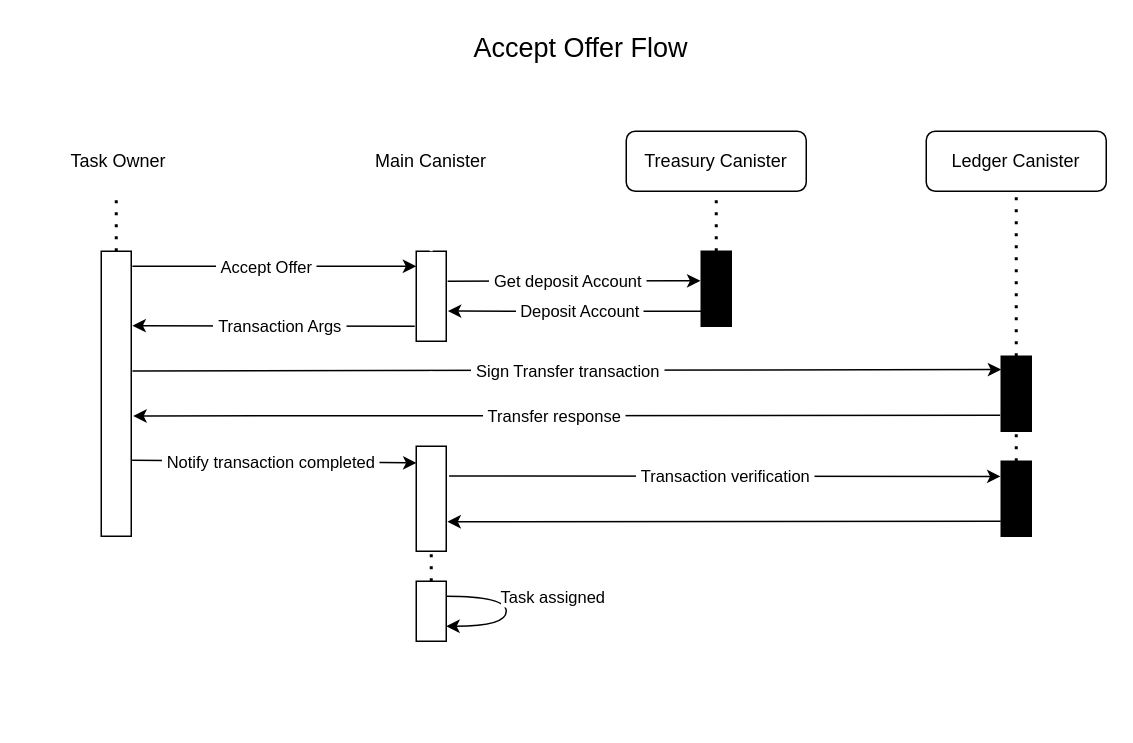
Earlier version of the draw.io diagram page "Accept Offer" (1 of 3) of diagrams/sequence_diagram.drawio (ArielRobotti/micro_tareas). Source tidied: cells renumbered, new cells numbered last; positions are measured from the earlier drawing's top-left corner, leaving out a move shared by most shapes. Both pictures are drawn from the tidied source at 150%, with x=0, y=0 at pixel (26, 26).
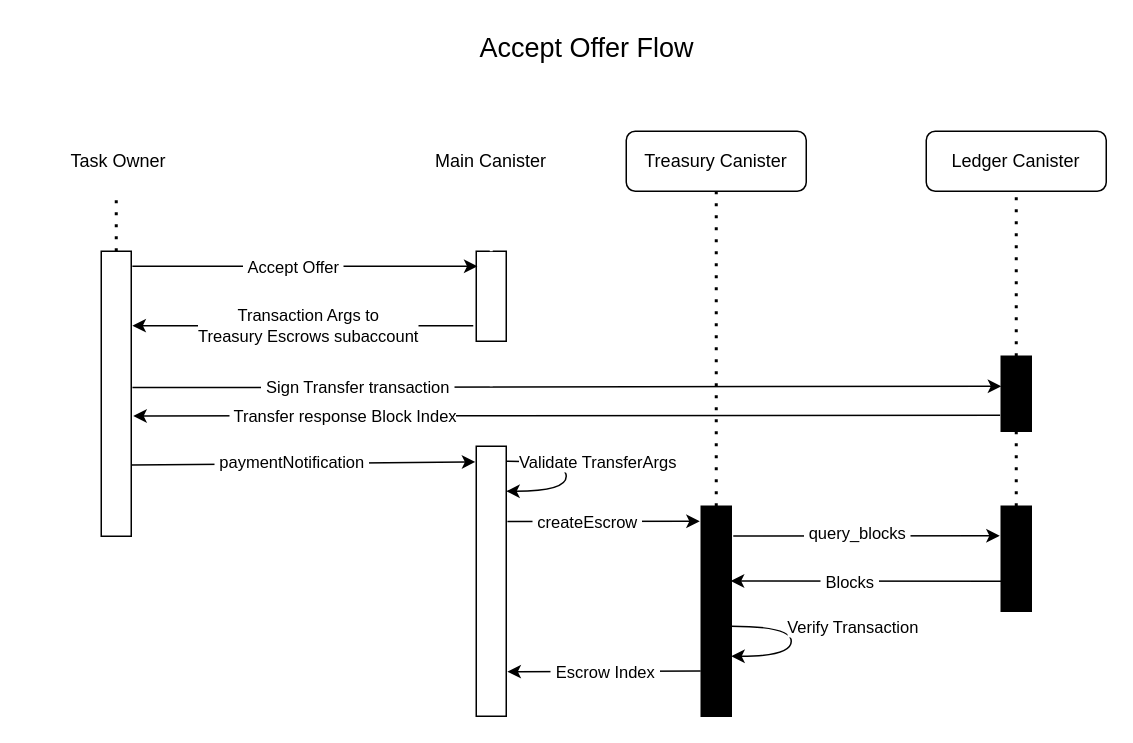
The same page after the edit.

Unchanged cells that the change refers to:
```xml
<mxCell id="2" value="Treasury Canister" style="rounded=1;whiteSpace=wrap;html=1;strokeColor=light-dark(#000000,#C7A52B);" parent="1" vertex="1">
  <mxGeometry x="400" y="70" width="120" height="40" as="geometry" />
</mxCell>
<mxCell id="4" value="&amp;nbsp;Task Owner" style="rounded=1;whiteSpace=wrap;html=1;strokeColor=light-dark(#FFFFFF,#1641FF);" parent="1" vertex="1">
  <mxGeometry y="70" width="120" height="40" as="geometry" />
</mxCell>
<mxCell id="5" value="Ledger Canister" style="rounded=1;whiteSpace=wrap;html=1;strokeColor=light-dark(#000000,#4D9900);" parent="1" vertex="1">
  <mxGeometry x="600" y="70" width="120" height="40" as="geometry" />
</mxCell>
```

What changed in the source:
```diff
@@
     <mxCell id="3" value="Main Canister" style="rounded=1;whiteSpace=wrap;html=1;strokeColor=light-dark(#FFFFFF,#00FF00);" parent="1" vertex="1">
-      <mxGeometry x="210" y="70" width="120" height="40" as="geometry" />
+      <mxGeometry x="250" y="70" width="120" height="40" as="geometry" />
     </mxCell>
@@
-    <mxCell id="6" style="rounded=0;whiteSpace=wrap;html=1;fillColor=light-dark(#FFFFFF,#1641FF);" parent="1" vertex="1">
-      <mxGeometry x="50" y="150" width="20" height="190" as="geometry" />
-    </mxCell>
-    <mxCell id="7" style="rounded=0;whiteSpace=wrap;html=1;fillColor=light-dark(#FFFFFF,#00FF00);" parent="1" vertex="1">
-      <mxGeometry x="260" y="150" width="20" height="60" as="geometry" />
-    </mxCell>
-    <mxCell id="8" style="endArrow=classic;html=1;rounded=0;exitX=1.038;exitY=0.053;exitDx=0;exitDy=0;exitPerimeter=0;" parent="1" edge="1" source="6">
-      <mxGeometry relative="1" as="geometry">
-        <mxPoint x="260" y="160" as="targetPoint" />
-      </mxGeometry>
-    </mxCell>
+    <mxCell id="40" style="rounded=0;whiteSpace=wrap;html=1;fillColor=light-dark(#FFFFFF,#1641FF);" parent="1" vertex="1">
+      <mxGeometry x="50" y="150" width="20" height="190" as="geometry" />
+    </mxCell>
+    <mxCell id="41" style="rounded=0;whiteSpace=wrap;html=1;fillColor=light-dark(#FFFFFF,#00FF00);" parent="1" vertex="1">
+      <mxGeometry x="300" y="150" width="20" height="60" as="geometry" />
+    </mxCell>
+    <mxCell id="42" style="endArrow=classic;html=1;rounded=0;exitX=1.038;exitY=0.053;exitDx=0;exitDy=0;exitPerimeter=0;entryX=0.04;entryY=0.167;entryDx=0;entryDy=0;entryPerimeter=0;" parent="1" edge="1" source="40" target="41">
+      <mxGeometry relative="1" as="geometry" />
+    </mxCell>
-    <mxCell id="9" value="&amp;nbsp;Accept Offer&amp;nbsp;" style="edgeLabel;html=1;align=center;verticalAlign=middle;" parent="8" vertex="1">
+    <mxCell id="9" value="&amp;nbsp;Accept Offer&amp;nbsp;" style="edgeLabel;html=1;align=center;verticalAlign=middle;" parent="42" vertex="1">
       <mxGeometry x="-0.16" y="-3" relative="1" as="geometry">
         <mxPoint x="10" y="-3" as="offset" />
       </mxGeometry>
     </mxCell>
-    <mxCell id="10" style="endArrow=none;dashed=1;html=1;dashPattern=1 3;strokeWidth=2;rounded=0;entryX=0.5;entryY=1;entryDx=0;entryDy=0;exitX=0.5;exitY=0;exitDx=0;exitDy=0;strokeColor=light-dark(#FFFFFF,#00FF00);" parent="1" edge="1" source="7" target="3">
-      <mxGeometry relative="1" as="geometry" />
-    </mxCell>
-    <mxCell id="11" style="endArrow=none;dashed=1;html=1;dashPattern=1 3;strokeWidth=2;rounded=0;entryX=0.5;entryY=1;entryDx=0;entryDy=0;exitX=0.5;exitY=0;exitDx=0;exitDy=0;" parent="1" edge="1" source="6" target="4">
-      <mxGeometry relative="1" as="geometry" />
-    </mxCell>
-    <mxCell id="12" style="endArrow=none;dashed=1;html=1;dashPattern=1 3;strokeWidth=2;rounded=0;entryX=0.5;entryY=1;entryDx=0;entryDy=0;exitX=0.5;exitY=0;exitDx=0;exitDy=0;strokeColor=light-dark(#000000,#C7A52B);" parent="1" edge="1" source="13" target="2">
-      <mxGeometry relative="1" as="geometry" />
-    </mxCell>
-    <mxCell id="13" style="rounded=0;whiteSpace=wrap;html=1;strokeColor=light-dark(#000000,#C7A52B);fillColor=light-dark(#000000,#C7A52B);" parent="1" vertex="1">
-      <mxGeometry x="450" y="150" width="20" height="50" as="geometry" />
-    </mxCell>
-    <mxCell id="14" style="endArrow=classic;html=1;rounded=0;entryX=1.038;entryY=0.261;entryDx=0;entryDy=0;entryPerimeter=0;" parent="1" edge="1" target="6">
-      <mxGeometry relative="1" as="geometry">
-        <mxPoint x="259" y="200" as="sourcePoint" />
-      </mxGeometry>
-    </mxCell>
-    <mxCell id="15" value="&amp;nbsp;Transaction Args&amp;nbsp;" style="edgeLabel;html=1;align=center;verticalAlign=middle;" parent="14" vertex="1">
-      <mxGeometry x="0.06" y="1" relative="1" as="geometry">
-        <mxPoint x="10" y="-1" as="offset" />
-      </mxGeometry>
-    </mxCell>
-    <mxCell id="16" style="endArrow=classic;html=1;rounded=0;exitX=1.046;exitY=0.332;exitDx=0;exitDy=0;exitPerimeter=0;entryX=-0.026;entryY=0.394;entryDx=0;entryDy=0;entryPerimeter=0;" parent="1" edge="1" source="7" target="13">
-      <mxGeometry relative="1" as="geometry" />
-    </mxCell>
-    <mxCell id="17" value="&amp;nbsp;Get deposit Account&amp;nbsp;" style="edgeLabel;html=1;align=center;verticalAlign=middle;" parent="16" vertex="1">
-      <mxGeometry x="-0.05" relative="1" as="geometry" />
-    </mxCell>
-    <mxCell id="18" style="endArrow=classic;html=1;rounded=0;exitX=-0.006;exitY=0.8;exitDx=0;exitDy=0;entryX=1.052;entryY=0.665;entryDx=0;entryDy=0;entryPerimeter=0;exitPerimeter=0;" parent="1" edge="1" source="13" target="7">
-      <mxGeometry relative="1" as="geometry" />
-    </mxCell>
-    <mxCell id="19" value="&amp;nbsp;Deposit Account&amp;nbsp;" style="edgeLabel;html=1;align=center;verticalAlign=middle;" parent="18" vertex="1">
-      <mxGeometry x="-0.04" relative="1" as="geometry" />
-    </mxCell>
-    <mxCell id="20" style="endArrow=classic;html=1;rounded=0;exitX=1.04;exitY=0.42;exitDx=0;exitDy=0;exitPerimeter=0;entryX=0;entryY=0.178;entryDx=0;entryDy=0;entryPerimeter=0;" parent="1" edge="1" source="6" target="22">
-      <mxGeometry relative="1" as="geometry" />
-    </mxCell>
+    <mxCell id="43" style="endArrow=none;dashed=1;html=1;dashPattern=1 3;strokeWidth=2;rounded=0;entryX=0.5;entryY=1;entryDx=0;entryDy=0;exitX=0.5;exitY=0;exitDx=0;exitDy=0;strokeColor=light-dark(#FFFFFF,#00FF00);" parent="1" edge="1" source="41" target="3">
+      <mxGeometry relative="1" as="geometry" />
+    </mxCell>
+    <mxCell id="44" style="endArrow=none;dashed=1;html=1;dashPattern=1 3;strokeWidth=2;rounded=0;entryX=0.5;entryY=1;entryDx=0;entryDy=0;exitX=0.5;exitY=0;exitDx=0;exitDy=0;" parent="1" edge="1" source="40" target="4">
+      <mxGeometry relative="1" as="geometry" />
+    </mxCell>
+    <mxCell id="45" style="endArrow=none;dashed=1;html=1;dashPattern=1 3;strokeWidth=2;rounded=0;entryX=0.5;entryY=1;entryDx=0;entryDy=0;exitX=0.5;exitY=0;exitDx=0;exitDy=0;strokeColor=light-dark(#000000,#C7A52B);" parent="1" edge="1" source="46" target="2">
+      <mxGeometry relative="1" as="geometry" />
+    </mxCell>
+    <mxCell id="46" style="rounded=0;whiteSpace=wrap;html=1;strokeColor=light-dark(#000000,#C7A52B);fillColor=light-dark(#000000,#C7A52B);" parent="1" vertex="1">
+      <mxGeometry x="450" y="320" width="20" height="140" as="geometry" />
+    </mxCell>
+    <mxCell id="47" style="endArrow=classic;html=1;rounded=0;entryX=1.038;entryY=0.261;entryDx=0;entryDy=0;entryPerimeter=0;exitX=-0.1;exitY=0.827;exitDx=0;exitDy=0;exitPerimeter=0;" parent="1" edge="1" source="41" target="40">
+      <mxGeometry relative="1" as="geometry" />
+    </mxCell>
+    <mxCell id="48" value="&amp;nbsp;Transaction Args&amp;nbsp;&lt;span style=&quot;background-color: light-dark(#ffffff, var(--ge-dark-color, #121212));&quot;&gt;to&amp;nbsp;&lt;/span&gt;&lt;div&gt;&lt;span style=&quot;background-color: light-dark(#ffffff, var(--ge-dark-color, #121212));&quot;&gt;Treasury Escrows subaccount&lt;/span&gt;&lt;/div&gt;" style="edgeLabel;html=1;align=center;verticalAlign=middle;" parent="47" vertex="1">
+      <mxGeometry x="0.06" y="1" relative="1" as="geometry">
+        <mxPoint x="10" y="-1" as="offset" />
+      </mxGeometry>
+    </mxCell>
+    <mxCell id="49" style="endArrow=classic;html=1;rounded=0;exitX=1.04;exitY=0.42;exitDx=0;exitDy=0;exitPerimeter=0;entryX=0;entryY=0.178;entryDx=0;entryDy=0;entryPerimeter=0;" parent="1" edge="1">
+      <mxGeometry relative="1" as="geometry">
+        <mxPoint x="70.8" y="240.9" as="sourcePoint" />
+        <mxPoint x="650" y="240" as="targetPoint" />
+      </mxGeometry>
+    </mxCell>
-    <mxCell id="21" value="&amp;nbsp;Sign Transfer transaction&amp;nbsp;" style="edgeLabel;html=1;align=center;verticalAlign=middle;" parent="20" vertex="1">
+    <mxCell id="21" value="&amp;nbsp;Sign Transfer transaction&amp;nbsp;" style="edgeLabel;html=1;align=center;verticalAlign=middle;" parent="49" vertex="1">
       <mxGeometry y="-1" relative="1" as="geometry">
-        <mxPoint y="-1" as="offset" />
+        <mxPoint x="-140" y="-1" as="offset" />
       </mxGeometry>
     </mxCell>
-    <mxCell id="22" style="rounded=0;whiteSpace=wrap;html=1;strokeColor=light-dark(#000000,#4D9900);fillColor=light-dark(#000000,#4D9900);" parent="1" vertex="1">
-      <mxGeometry x="650" y="220" width="20" height="50" as="geometry" />
-    </mxCell>
-    <mxCell id="23" style="endArrow=none;dashed=1;html=1;dashPattern=1 3;strokeWidth=2;rounded=0;entryX=0.5;entryY=1;entryDx=0;entryDy=0;exitX=0.5;exitY=0;exitDx=0;exitDy=0;strokeColor=light-dark(#000000,#4D9900);" parent="1" edge="1" source="22" target="5">
-      <mxGeometry relative="1" as="geometry" />
-    </mxCell>
-    <mxCell id="24" style="endArrow=none;dashed=1;html=1;dashPattern=1 3;strokeWidth=2;rounded=0;entryX=0.5;entryY=1;entryDx=0;entryDy=0;exitX=0.5;exitY=0;exitDx=0;exitDy=0;fillColor=light-dark(#FFFFFF,#14FF3F);strokeColor=light-dark(#FFFFFF,#00FF00);" parent="1" edge="1" source="27" target="7">
-      <mxGeometry relative="1" as="geometry" />
-    </mxCell>
-    <mxCell id="25" style="endArrow=classic;html=1;rounded=0;exitX=-0.038;exitY=0.786;exitDx=0;exitDy=0;entryX=1.067;entryY=0.578;entryDx=0;entryDy=0;entryPerimeter=0;exitPerimeter=0;" parent="1" edge="1" source="22" target="6">
-      <mxGeometry relative="1" as="geometry" />
-    </mxCell>
-    <mxCell id="26" value="&amp;nbsp;Transfer response&amp;nbsp;" style="edgeLabel;html=1;align=center;verticalAlign=middle;" parent="25" vertex="1">
-      <mxGeometry x="0.03" y="1" relative="1" as="geometry">
-        <mxPoint y="-1" as="offset" />
-      </mxGeometry>
-    </mxCell>
-    <mxCell id="27" style="rounded=0;whiteSpace=wrap;html=1;fillColor=light-dark(#FFFFFF,#00FF00);" parent="1" vertex="1">
-      <mxGeometry x="260" y="280" width="20" height="70" as="geometry" />
-    </mxCell>
-    <mxCell id="28" style="endArrow=classic;html=1;rounded=0;exitX=1.029;exitY=0.733;exitDx=0;exitDy=0;exitPerimeter=0;entryX=0.01;entryY=0.159;entryDx=0;entryDy=0;entryPerimeter=0;" parent="1" edge="1" source="6" target="27">
-      <mxGeometry relative="1" as="geometry" />
-    </mxCell>
-    <mxCell id="29" value="&amp;nbsp;Notify transaction completed&amp;nbsp;" style="edgeLabel;html=1;align=center;verticalAlign=middle;" parent="28" vertex="1">
-      <mxGeometry x="-0.03" relative="1" as="geometry" />
-    </mxCell>
-    <mxCell id="30" style="rounded=0;whiteSpace=wrap;html=1;strokeColor=light-dark(#000000,#4D9900);fillColor=light-dark(#000000,#4D9900);" parent="1" vertex="1">
-      <mxGeometry x="650" y="290" width="20" height="50" as="geometry" />
-    </mxCell>
-    <mxCell id="31" style="endArrow=classic;html=1;rounded=0;exitX=1.096;exitY=0.284;exitDx=0;exitDy=0;entryX=-0.024;entryY=0.202;entryDx=0;entryDy=0;exitPerimeter=0;entryPerimeter=0;" parent="1" edge="1" source="27" target="30">
-      <mxGeometry relative="1" as="geometry" />
-    </mxCell>
-    <mxCell id="32" value="&amp;nbsp;Transaction verification&amp;nbsp;" style="edgeLabel;html=1;align=center;verticalAlign=middle;" parent="31" vertex="1">
-      <mxGeometry relative="1" as="geometry" />
-    </mxCell>
-    <mxCell id="33" style="endArrow=classic;html=1;rounded=0;entryX=1.038;entryY=0.719;entryDx=0;entryDy=0;exitX=-0.016;exitY=0.799;exitDx=0;exitDy=0;entryPerimeter=0;exitPerimeter=0;" parent="1" edge="1" source="30" target="27">
-      <mxGeometry relative="1" as="geometry" />
-    </mxCell>
-    <mxCell id="34" style="endArrow=none;dashed=1;html=1;dashPattern=1 3;strokeWidth=2;rounded=0;entryX=0.5;entryY=1;entryDx=0;entryDy=0;exitX=0.5;exitY=0;exitDx=0;exitDy=0;strokeColor=light-dark(#000000,#4D9900);" parent="1" edge="1" source="30" target="22">
-      <mxGeometry relative="1" as="geometry" />
-    </mxCell>
+    <mxCell id="50" style="rounded=0;whiteSpace=wrap;html=1;strokeColor=light-dark(#000000,#4D9900);fillColor=light-dark(#000000,#4D9900);" parent="1" vertex="1">
+      <mxGeometry x="650" y="220" width="20" height="50" as="geometry" />
+    </mxCell>
+    <mxCell id="51" style="endArrow=none;dashed=1;html=1;dashPattern=1 3;strokeWidth=2;rounded=0;entryX=0.5;entryY=1;entryDx=0;entryDy=0;exitX=0.5;exitY=0;exitDx=0;exitDy=0;strokeColor=light-dark(#000000,#4D9900);" parent="1" edge="1" source="50" target="5">
+      <mxGeometry relative="1" as="geometry" />
+    </mxCell>
+    <mxCell id="52" style="endArrow=none;dashed=1;html=1;dashPattern=1 3;strokeWidth=2;rounded=0;entryX=0.5;entryY=1;entryDx=0;entryDy=0;fillColor=light-dark(#FFFFFF,#14FF3F);strokeColor=light-dark(#FFFFFF,#00FF00);exitX=0.5;exitY=0;exitDx=0;exitDy=0;" parent="1" edge="1" source="56" target="41">
+      <mxGeometry relative="1" as="geometry" />
+    </mxCell>
+    <mxCell id="53" style="endArrow=classic;html=1;rounded=0;exitX=-0.038;exitY=0.786;exitDx=0;exitDy=0;entryX=1.067;entryY=0.578;entryDx=0;entryDy=0;entryPerimeter=0;exitPerimeter=0;" parent="1" edge="1" source="50" target="40">
+      <mxGeometry relative="1" as="geometry" />
+    </mxCell>
+    <mxCell id="54" value="&amp;nbsp;Transfer response Block Index" style="edgeLabel;html=1;align=center;verticalAlign=middle;" parent="53" vertex="1">
+      <mxGeometry x="0.03" y="1" relative="1" as="geometry">
+        <mxPoint x="-141" y="-1" as="offset" />
+      </mxGeometry>
+    </mxCell>
+    <mxCell id="55" style="endArrow=none;dashed=1;html=1;dashPattern=1 3;strokeWidth=2;rounded=0;entryX=0.5;entryY=1;entryDx=0;entryDy=0;strokeColor=light-dark(#000000,#4D9900);exitX=0.5;exitY=0;exitDx=0;exitDy=0;" parent="1" edge="1" source="65" target="50">
+      <mxGeometry relative="1" as="geometry" />
+    </mxCell>
     <mxCell id="35" value="&lt;font style=&quot;font-size: 18px;&quot;&gt;Accept Offer Flow&lt;/font&gt;" style="text;html=1;align=center;verticalAlign=middle;whiteSpace=wrap;rounded=0;" parent="1" vertex="1">
-      <mxGeometry x="260" width="220" height="30" as="geometry" />
+      <mxGeometry x="274" width="200" height="30" as="geometry" />
     </mxCell>
-    <mxCell id="36" style="rounded=0;whiteSpace=wrap;html=1;fillColor=light-dark(#FFFFFF,#00FF00);" parent="1" vertex="1">
-      <mxGeometry x="260" y="370" width="20" height="40" as="geometry" />
-    </mxCell>
-    <mxCell id="37" style="endArrow=none;dashed=1;html=1;dashPattern=1 3;strokeWidth=2;rounded=0;exitX=0.5;exitY=0;exitDx=0;exitDy=0;entryX=0.5;entryY=1;entryDx=0;entryDy=0;" parent="1" edge="1" source="36" target="27">
-      <mxGeometry relative="1" as="geometry" />
-    </mxCell>
-    <mxCell id="38" style="curved=1;endArrow=classic;html=1;rounded=0;exitX=1;exitY=0.25;exitDx=0;exitDy=0;entryX=1;entryY=0.75;entryDx=0;entryDy=0;" parent="1" edge="1" source="36" target="36">
-      <mxGeometry relative="1" as="geometry">
-        <Array as="points">
-          <mxPoint x="320" y="380" />
-          <mxPoint x="320" y="400" />
-        </Array>
-      </mxGeometry>
-    </mxCell>
-    <mxCell id="39" value="Task assigned" style="edgeLabel;html=1;align=center;verticalAlign=middle;" parent="38" vertex="1">
-      <mxGeometry y="-1" relative="1" as="geometry">
-        <mxPoint x="31" y="-10" as="offset" />
-      </mxGeometry>
-    </mxCell>
+    <mxCell id="56" style="rounded=0;whiteSpace=wrap;html=1;fillColor=light-dark(#FFFFFF,#00FF00);" parent="1" vertex="1">
+      <mxGeometry x="300" y="280" width="20" height="180" as="geometry" />
+    </mxCell>
+    <mxCell id="57" style="endArrow=classic;html=1;exitX=1;exitY=0.75;exitDx=0;exitDy=0;entryX=-0.031;entryY=0.058;entryDx=0;entryDy=0;entryPerimeter=0;" parent="1" edge="1" source="40" target="56">
+      <mxGeometry relative="1" as="geometry" />
+    </mxCell>
+    <mxCell id="58" style="edgeLabel;html=1;align=center;verticalAlign=middle;" parent="57" vertex="1">
+      <mxGeometry x="0.15" relative="1" as="geometry" />
+    </mxCell>
+    <mxCell id="59" value="&amp;nbsp;paymentNotification&amp;nbsp;" style="edgeLabel;html=1;align=center;verticalAlign=middle;" parent="57" vertex="1">
+      <mxGeometry x="-0.07" y="1" relative="1" as="geometry" />
+    </mxCell>
+    <mxCell id="60" value="&lt;div style=&quot;color: rgb(204, 204, 204); background-color: rgb(31, 31, 31); font-family: &amp;quot;Droid Sans Mono&amp;quot;, &amp;quot;monospace&amp;quot;, monospace; font-size: 14px; line-height: 19px; white-space-collapse: preserve;&quot;&gt;&lt;br&gt;&lt;/div&gt;" style="edgeLabel;html=1;align=center;verticalAlign=middle;fillColor=light-dark(transparent,#DEEBFF);strokeColor=light-dark(transparent,#DEEBFF);" parent="57" vertex="1">
+      <mxGeometry x="-0.04" y="-1" relative="1" as="geometry" />
+    </mxCell>
+    <mxCell id="61" style="curved=1;endArrow=classic;html=1;rounded=0;exitX=1;exitY=0.25;exitDx=0;exitDy=0;entryX=1;entryY=0.75;entryDx=0;entryDy=0;" parent="1" edge="1">
+      <mxGeometry relative="1" as="geometry">
+        <mxPoint x="320" y="290" as="sourcePoint" />
+        <mxPoint x="320" y="310" as="targetPoint" />
+        <Array as="points">
+          <mxPoint x="360" y="290" />
+          <mxPoint x="360" y="310" />
+        </Array>
+      </mxGeometry>
+    </mxCell>
+    <mxCell id="62" value="Validate TransferArgs" style="edgeLabel;html=1;align=center;verticalAlign=middle;" parent="61" vertex="1">
+      <mxGeometry y="-1" relative="1" as="geometry">
+        <mxPoint x="21" y="-10" as="offset" />
+      </mxGeometry>
+    </mxCell>
+    <mxCell id="63" style="endArrow=classic;html=1;exitX=1.039;exitY=0.279;exitDx=0;exitDy=0;exitPerimeter=0;" parent="1" edge="1" source="56">
+      <mxGeometry relative="1" as="geometry">
+        <mxPoint x="449" y="330" as="targetPoint" />
+      </mxGeometry>
+    </mxCell>
+    <mxCell id="64" value="&amp;nbsp;createEscrow&amp;nbsp;" style="edgeLabel;html=1;align=center;verticalAlign=middle;" parent="63" vertex="1">
+      <mxGeometry x="0.09" relative="1" as="geometry">
+        <mxPoint x="-17" as="offset" />
+      </mxGeometry>
+    </mxCell>
+    <mxCell id="65" style="rounded=0;whiteSpace=wrap;html=1;strokeColor=light-dark(#000000,#4D9900);fillColor=light-dark(#000000,#4D9900);" parent="1" vertex="1">
+      <mxGeometry x="650" y="320" width="20" height="70" as="geometry" />
+    </mxCell>
+    <mxCell id="66" style="endArrow=classic;html=1;exitX=1.067;exitY=0.142;exitDx=0;exitDy=0;entryX=-0.05;entryY=0.281;entryDx=0;entryDy=0;exitPerimeter=0;entryPerimeter=0;" parent="1" edge="1" source="46" target="65">
+      <mxGeometry relative="1" as="geometry" />
+    </mxCell>
+    <mxCell id="67" value="&amp;nbsp;query_blocks&amp;nbsp;" style="edgeLabel;html=1;align=center;verticalAlign=middle;" parent="66" vertex="1">
+      <mxGeometry x="-0.08" y="2" relative="1" as="geometry" />
+    </mxCell>
+    <mxCell id="68" style="endArrow=classic;html=1;exitX=0;exitY=0.5;exitDx=0;exitDy=0;entryX=0.983;entryY=0.356;entryDx=0;entryDy=0;entryPerimeter=0;" parent="1" edge="1" target="46">
+      <mxGeometry relative="1" as="geometry">
+        <mxPoint x="650" y="370" as="sourcePoint" />
+      </mxGeometry>
+    </mxCell>
+    <mxCell id="69" value="&amp;nbsp;Blocks&amp;nbsp;" style="edgeLabel;html=1;align=center;verticalAlign=middle;" parent="68" vertex="1">
+      <mxGeometry x="0.27" y="1" relative="1" as="geometry">
+        <mxPoint x="14" as="offset" />
+      </mxGeometry>
+    </mxCell>
+    <mxCell id="70" style="curved=1;endArrow=classic;html=1;rounded=0;exitX=1;exitY=0.25;exitDx=0;exitDy=0;entryX=1;entryY=0.75;entryDx=0;entryDy=0;" parent="1" edge="1">
+      <mxGeometry relative="1" as="geometry">
+        <mxPoint x="470" y="400" as="sourcePoint" />
+        <mxPoint x="470" y="420" as="targetPoint" />
+        <Array as="points">
+          <mxPoint x="510" y="400" />
+          <mxPoint x="510" y="420" />
+        </Array>
+      </mxGeometry>
+    </mxCell>
+    <mxCell id="71" value="Verify Transaction" style="edgeLabel;html=1;align=center;verticalAlign=middle;" parent="70" vertex="1">
+      <mxGeometry y="-1" relative="1" as="geometry">
+        <mxPoint x="41" y="-10" as="offset" />
+      </mxGeometry>
+    </mxCell>
+    <mxCell id="72" style="endArrow=classic;html=1;exitX=-0.02;exitY=0.785;exitDx=0;exitDy=0;exitPerimeter=0;entryX=1.038;entryY=0.835;entryDx=0;entryDy=0;entryPerimeter=0;" parent="1" edge="1" source="46" target="56">
+      <mxGeometry relative="1" as="geometry" />
+    </mxCell>
+    <mxCell id="73" value="&amp;nbsp;Escrow Index&amp;nbsp;" style="edgeLabel;html=1;align=center;verticalAlign=middle;" parent="72" vertex="1">
+      <mxGeometry relative="1" as="geometry" />
+    </mxCell>
```
